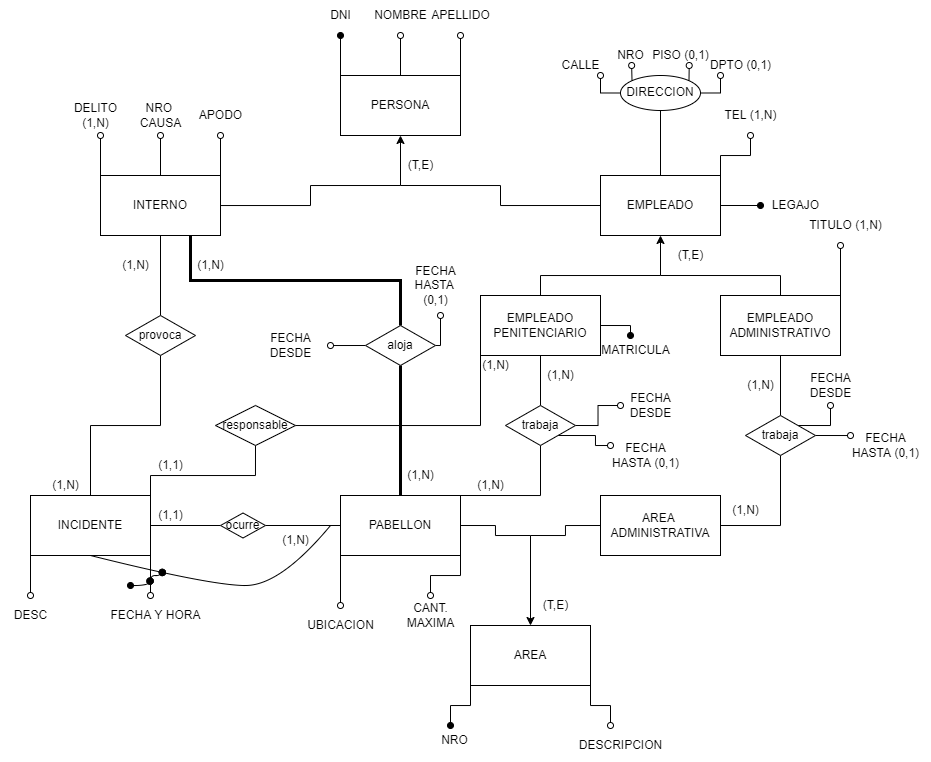
This is PRACTICA 2/Parte1/Ejercicio3/Ejercicio3-conceptual.png from agusrnfr/DBD, a draw.io export, as it was before one commit. Source tidied: cells renumbered, new cells last; positions are measured from the earlier drawing's top-left corner, leaving out a move shared by most shapes.
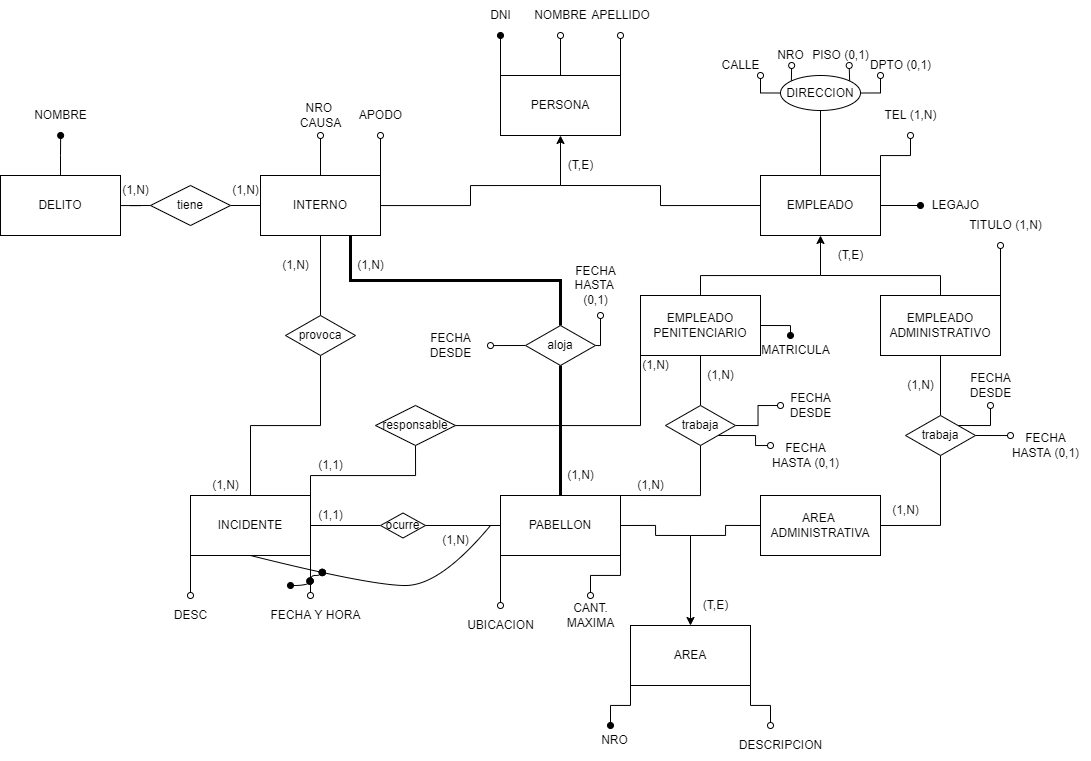
Later version of the same file.

Change to the diagram source:
```diff
@@ -30,11 +30,6 @@
         <mxPoint x="400" y="185" as="targetPoint" />
       </mxGeometry>
     </mxCell>
-    <mxCell id="8" style="edgeStyle=orthogonalEdgeStyle;rounded=0;jettySize=auto;html=1;exitX=0;exitY=0;exitDx=0;exitDy=0;startArrow=none;startFill=0;endArrow=oval;endFill=0;" parent="1" edge="1" source="13">
-      <mxGeometry relative="1" as="geometry">
-        <mxPoint x="100" y="135" as="targetPoint" />
-      </mxGeometry>
-    </mxCell>
     <mxCell id="9" style="edgeStyle=orthogonalEdgeStyle;rounded=0;jettySize=auto;html=1;exitX=1;exitY=0;exitDx=0;exitDy=0;startArrow=none;startFill=0;endArrow=oval;endFill=0;" parent="1" edge="1" source="13">
       <mxGeometry relative="1" as="geometry">
         <mxPoint x="220" y="135" as="targetPoint" />
@@ -51,6 +46,9 @@
     <mxCell id="12" style="edgeStyle=orthogonalEdgeStyle;rounded=0;jettySize=auto;html=1;exitX=0.75;exitY=1;exitDx=0;exitDy=0;entryX=0.5;entryY=0;entryDx=0;entryDy=0;startArrow=none;startFill=0;endArrow=none;endFill=0;strokeWidth=3;" parent="1" edge="1" source="13" target="88">
       <mxGeometry relative="1" as="geometry" />
     </mxCell>
+    <mxCell id="111" style="edgeStyle=orthogonalEdgeStyle;rounded=0;jettySize=auto;html=1;exitX=0;exitY=0.5;exitDx=0;exitDy=0;entryX=1;entryY=0.5;entryDx=0;entryDy=0;endArrow=none;endFill=0;" parent="1" edge="1" source="13" target="116">
+      <mxGeometry relative="1" as="geometry" />
+    </mxCell>
     <mxCell id="13" value="INTERNO" style="whiteSpace=wrap;html=1;" parent="1" vertex="1">
       <mxGeometry x="100" y="175" width="120" height="60" as="geometry" />
     </mxCell>
@@ -184,9 +182,6 @@
     <mxCell id="43" value="APELLIDO" style="text;html=1;align=center;verticalAlign=middle;strokeColor=none;fillColor=none;" parent="1" vertex="1">
       <mxGeometry x="420" width="80" height="30" as="geometry" />
     </mxCell>
-    <mxCell id="44" value="DELITO&lt;br&gt;(1,N)" style="text;html=1;align=center;verticalAlign=middle;strokeColor=none;fillColor=none;" parent="1" vertex="1">
-      <mxGeometry x="60" y="95" width="70" height="40" as="geometry" />
-    </mxCell>
     <mxCell id="45" value="NRO&amp;nbsp;&lt;br&gt;CAUSA" style="text;html=1;align=center;verticalAlign=middle;strokeColor=none;fillColor=none;" parent="1" vertex="1">
       <mxGeometry x="130" y="95" width="60" height="40" as="geometry" />
     </mxCell>
@@ -428,5 +423,28 @@
         </Array>
       </mxGeometry>
     </mxCell>
+    <mxCell id="112" style="edgeStyle=orthogonalEdgeStyle;rounded=0;jettySize=auto;html=1;exitX=0.5;exitY=0;exitDx=0;exitDy=0;endArrow=oval;endFill=1;" parent="1" edge="1" source="113">
+      <mxGeometry relative="1" as="geometry">
+        <mxPoint x="-99.9" y="135" as="targetPoint" />
+      </mxGeometry>
+    </mxCell>
+    <mxCell id="113" value="DELITO" style="whiteSpace=wrap;html=1;" parent="1" vertex="1">
+      <mxGeometry x="-160" y="175" width="120" height="60" as="geometry" />
+    </mxCell>
+    <mxCell id="114" value="NOMBRE" style="text;html=1;align=center;verticalAlign=middle;strokeColor=none;fillColor=none;" parent="1" vertex="1">
+      <mxGeometry x="-140" y="100" width="80" height="30" as="geometry" />
+    </mxCell>
+    <mxCell id="115" style="edgeStyle=orthogonalEdgeStyle;rounded=0;jettySize=auto;html=1;exitX=0;exitY=0.5;exitDx=0;exitDy=0;endArrow=none;endFill=0;" parent="1" edge="1" source="116" target="113">
+      <mxGeometry relative="1" as="geometry" />
+    </mxCell>
+    <mxCell id="116" value="tiene" style="rhombus;whiteSpace=wrap;html=1;" parent="1" vertex="1">
+      <mxGeometry x="-10" y="185" width="80" height="40" as="geometry" />
+    </mxCell>
+    <mxCell id="117" value="(1,N)" style="text;html=1;align=center;verticalAlign=middle;strokeColor=none;fillColor=none;" parent="1" vertex="1">
+      <mxGeometry x="60" y="175" width="50" height="30" as="geometry" />
+    </mxCell>
+    <mxCell id="118" value="(1,N)" style="text;html=1;align=center;verticalAlign=middle;strokeColor=none;fillColor=none;" parent="1" vertex="1">
+      <mxGeometry x="-50" y="175" width="50" height="30" as="geometry" />
+    </mxCell>
   </root>
 </mxGraphModel>
```
